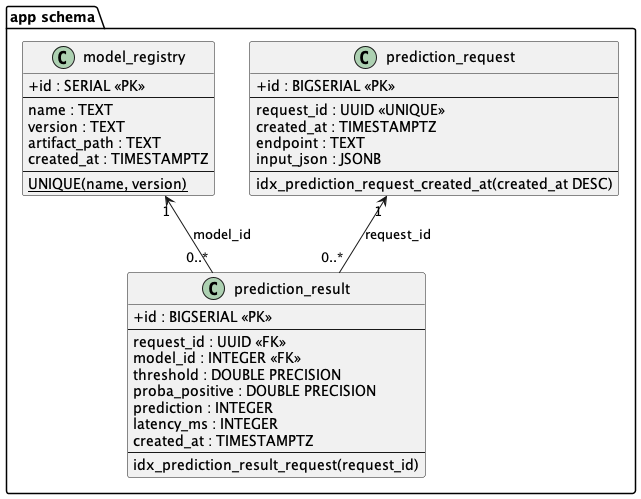
Earlier version of the PlantUML export docs/uml_db.png (suzannexisabel/OpenClassrooms_projet_5). Its diagram source:
```plantuml
@startuml
hide methods
hide stereotypes
skinparam classAttributeIconSize 0

package "app schema" {

  class model_registry {
    +id : SERIAL <<PK>>
    --
    name : TEXT
    version : TEXT
    artifact_path : TEXT
    created_at : TIMESTAMPTZ
    --
    {static} UNIQUE(name, version)
  }

  class prediction_request {
    +id : BIGSERIAL <<PK>>
    --
    request_id : UUID <<UNIQUE>>
    created_at : TIMESTAMPTZ
    endpoint : TEXT
    input_json : JSONB
    --
    idx_prediction_request_created_at(created_at DESC)
  }

  class prediction_result {
    +id : BIGSERIAL <<PK>>
    --
    request_id : UUID <<FK>>
    model_id : INTEGER <<FK>>
    threshold : DOUBLE PRECISION
    proba_positive : DOUBLE PRECISION
    prediction : INTEGER
    latency_ms : INTEGER
    created_at : TIMESTAMPTZ
    --
    idx_prediction_result_request(request_id)
  }

  prediction_request "1" <-- "0..*" prediction_result : request_id
  model_registry     "1" <-- "0..*" prediction_result : model_id
}

@enduml
```
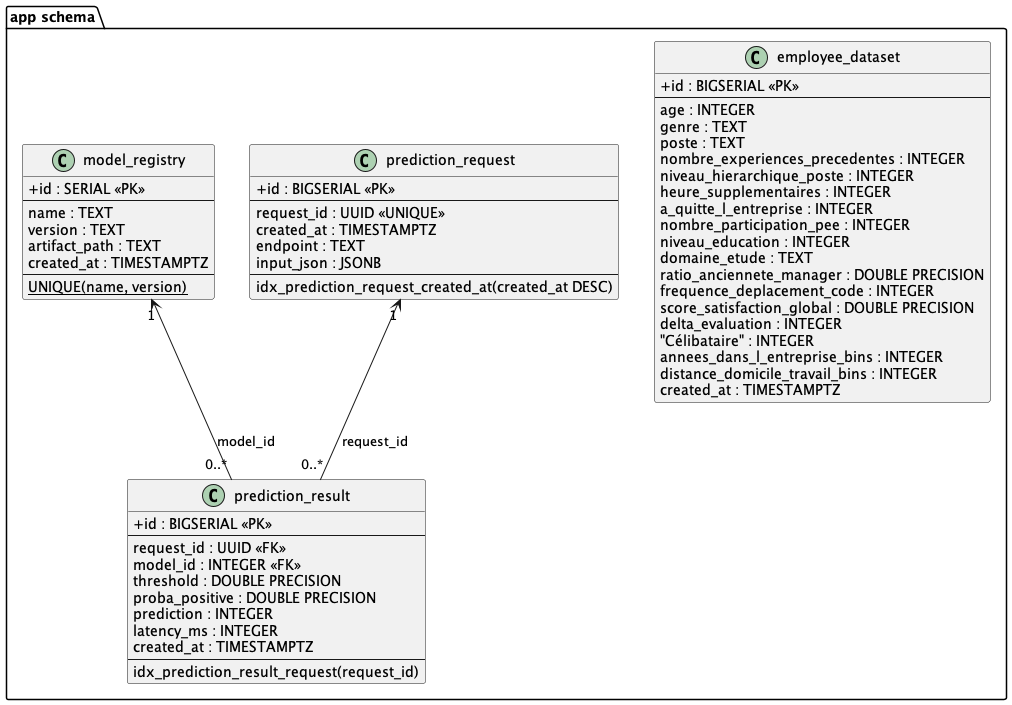
After the commit.

Commit message:
Mise a jour du shema UML de la base de donnee

Change to the diagram source:
```diff
@@ -41,6 +41,29 @@
     idx_prediction_result_request(request_id)
   }
 
+  class employee_dataset {
+    +id : BIGSERIAL <<PK>>
+    --
+    age : INTEGER
+    genre : TEXT
+    poste : TEXT
+    nombre_experiences_precedentes : INTEGER
+    niveau_hierarchique_poste : INTEGER
+    heure_supplementaires : INTEGER
+    a_quitte_l_entreprise : INTEGER
+    nombre_participation_pee : INTEGER
+    niveau_education : INTEGER
+    domaine_etude : TEXT
+    ratio_anciennete_manager : DOUBLE PRECISION
+    frequence_deplacement_code : INTEGER
+    score_satisfaction_global : DOUBLE PRECISION
+    delta_evaluation : INTEGER
+    "Célibataire" : INTEGER
+    annees_dans_l_entreprise_bins : INTEGER
+    distance_domicile_travail_bins : INTEGER
+    created_at : TIMESTAMPTZ
+  }
+
   prediction_request "1" <-- "0..*" prediction_result : request_id
   model_registry     "1" <-- "0..*" prediction_result : model_id
 }
```
